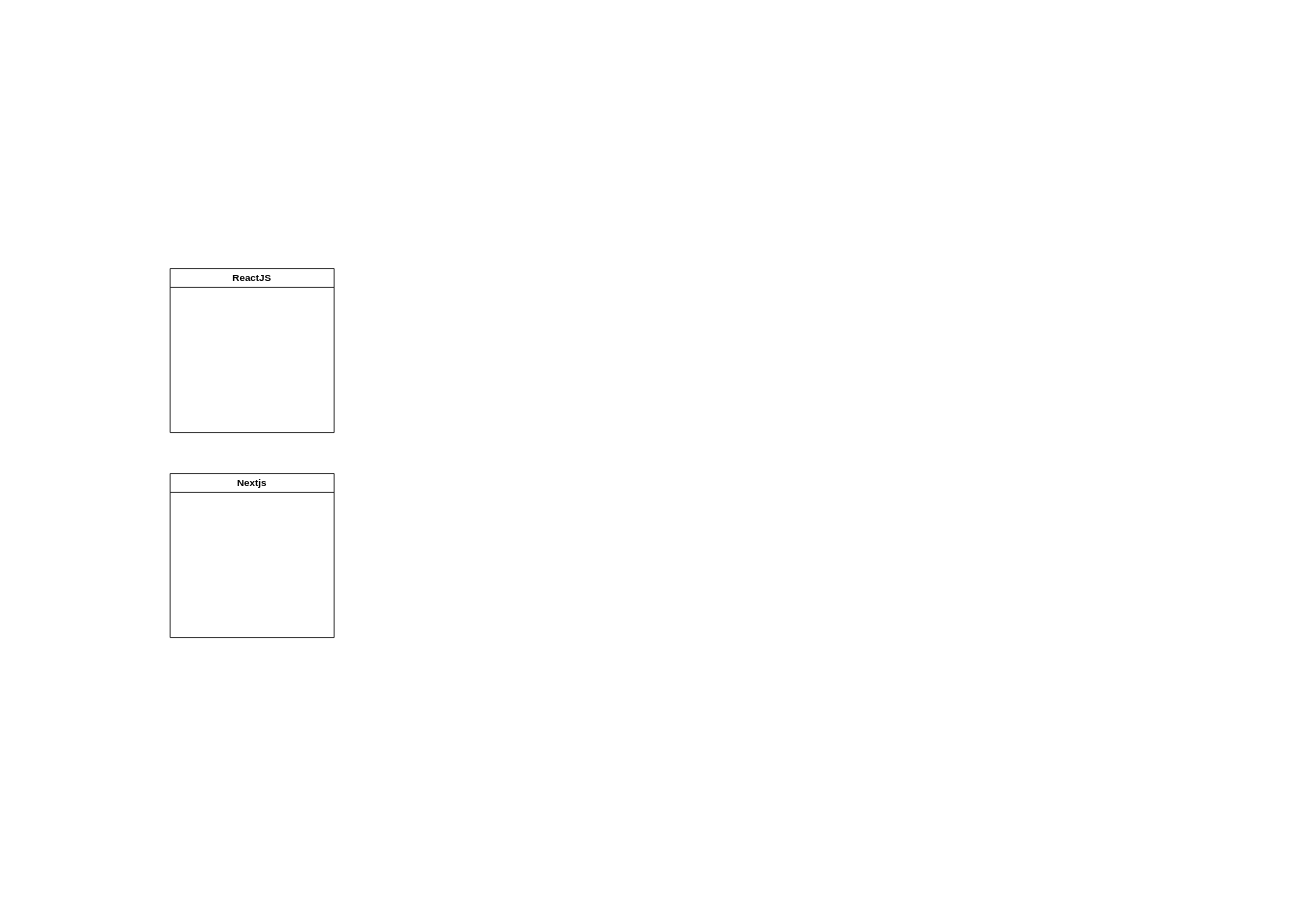
pooooriya/next-quera keeps this draw.io diagram as nextjs.drawio. Above is the earlier version. Source tidied: cells renumbered, new cells numbered last; positions are measured from the earlier drawing's top-left corner, leaving out a move shared by most shapes. Both pictures are drawn from the tidied source at 82%, with x=0, y=0 at pixel (170, 268).
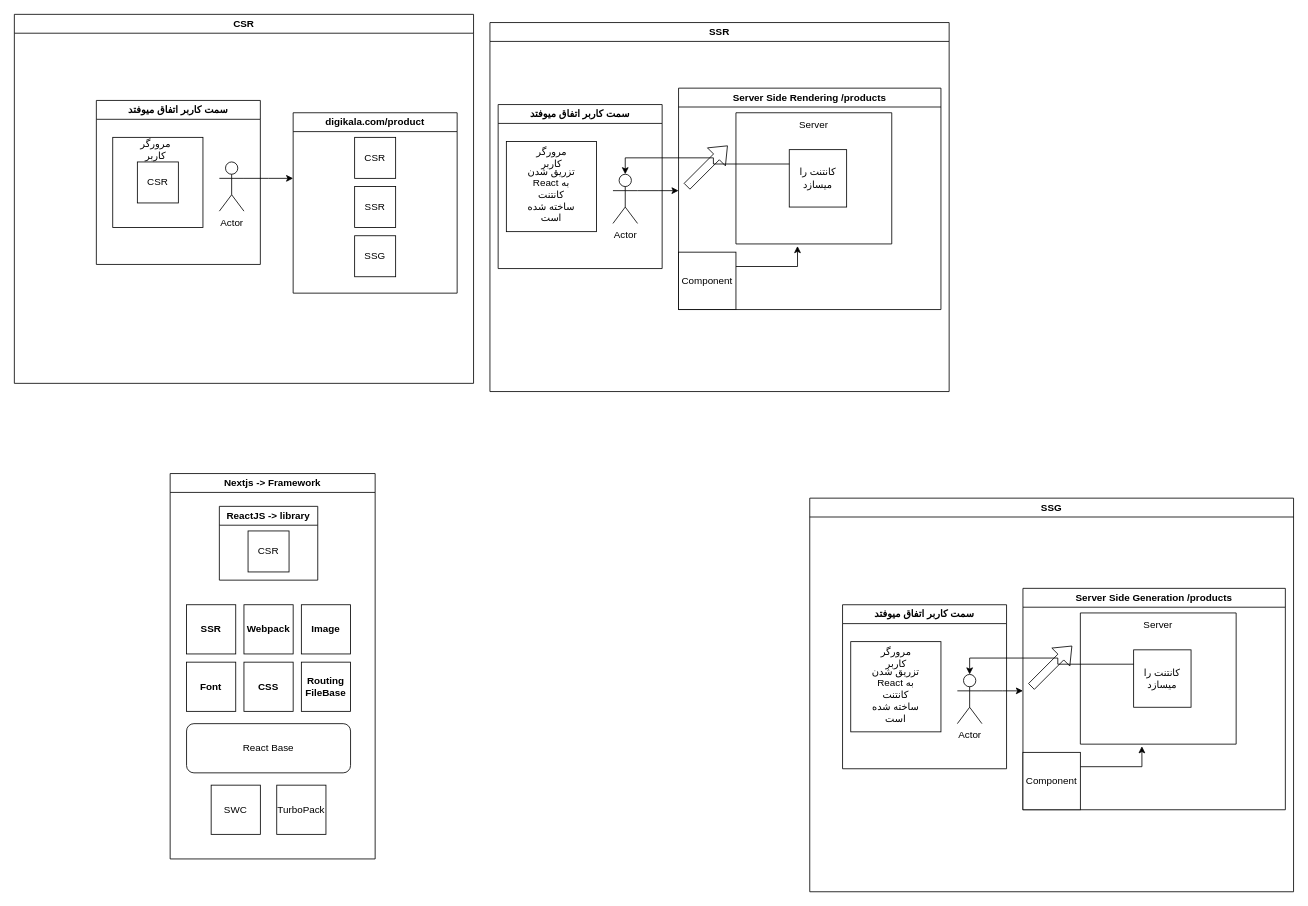
The same page after the edit.

Change to the diagram source:
```diff
@@
+    <mxCell id="3" value="Nextjs -&amp;gt; Framework" style="swimlane;whiteSpace=wrap;html=1;" parent="1" vertex="1">
+      <mxGeometry y="250" width="250" height="470" as="geometry" />
+    </mxCell>
-    <mxCell id="2" value="ReactJS" style="swimlane;whiteSpace=wrap;html=1;" parent="1" vertex="1">
-      <mxGeometry width="200" height="200" as="geometry" />
+    <mxCell id="2" value="ReactJS -&amp;gt; library" style="swimlane;whiteSpace=wrap;html=1;" parent="3" vertex="1">
+      <mxGeometry x="60" y="40" width="120" height="90" as="geometry" />
     </mxCell>
-    <mxCell id="3" value="Nextjs" style="swimlane;whiteSpace=wrap;html=1;" parent="1" vertex="1">
-      <mxGeometry y="250" width="200" height="200" as="geometry" />
-    </mxCell>
+    <mxCell id="4" value="CSR" style="whiteSpace=wrap;html=1;" parent="2" vertex="1">
+      <mxGeometry x="35" y="30" width="50" height="50" as="geometry" />
+    </mxCell>
+    <mxCell id="5" value="SSR" style="whiteSpace=wrap;html=1;fontStyle=1;" parent="3" vertex="1">
+      <mxGeometry x="20" y="160" width="60" height="60" as="geometry" />
+    </mxCell>
+    <mxCell id="6" value="Webpack" style="whiteSpace=wrap;html=1;fontStyle=1;" parent="3" vertex="1">
+      <mxGeometry x="90" y="160" width="60" height="60" as="geometry" />
+    </mxCell>
+    <mxCell id="7" value="Image" style="whiteSpace=wrap;html=1;fontStyle=1;" parent="3" vertex="1">
+      <mxGeometry x="160" y="160" width="60" height="60" as="geometry" />
+    </mxCell>
+    <mxCell id="8" value="Font" style="whiteSpace=wrap;html=1;fontStyle=1;" parent="3" vertex="1">
+      <mxGeometry x="20" y="230" width="60" height="60" as="geometry" />
+    </mxCell>
+    <mxCell id="9" value="CSS" style="whiteSpace=wrap;html=1;fontStyle=1;" parent="3" vertex="1">
+      <mxGeometry x="90" y="230" width="60" height="60" as="geometry" />
+    </mxCell>
+    <mxCell id="10" value="Routing&lt;br&gt;FileBase" style="whiteSpace=wrap;html=1;fontStyle=1;" parent="3" vertex="1">
+      <mxGeometry x="160" y="230" width="60" height="60" as="geometry" />
+    </mxCell>
+    <mxCell id="11" value="React Base" style="rounded=1;whiteSpace=wrap;html=1;" parent="3" vertex="1">
+      <mxGeometry x="20" y="305" width="200" height="60" as="geometry" />
+    </mxCell>
+    <mxCell id="12" value="SWC" style="whiteSpace=wrap;html=1;" parent="3" vertex="1">
+      <mxGeometry x="50" y="380" width="60" height="60" as="geometry" />
+    </mxCell>
+    <mxCell id="13" value="TurboPack" style="whiteSpace=wrap;html=1;" parent="3" vertex="1">
+      <mxGeometry x="130" y="380" width="60" height="60" as="geometry" />
+    </mxCell>
+    <mxCell id="14" style="edgeStyle=orthogonalEdgeStyle;rounded=0;jettySize=auto;html=1;exitX=1;exitY=0.3333333333333333;exitDx=0;exitDy=0;exitPerimeter=0;" parent="1" edge="1" source="15">
+      <mxGeometry relative="1" as="geometry">
+        <mxPoint x="150" y="-110" as="targetPoint" />
+      </mxGeometry>
+    </mxCell>
+    <mxCell id="15" value="Actor" style="shape=umlActor;verticalLabelPosition=bottom;verticalAlign=top;html=1;outlineConnect=0;" parent="1" vertex="1">
+      <mxGeometry x="60" y="-130" width="30" height="60" as="geometry" />
+    </mxCell>
+    <mxCell id="16" value="digikala.com/product" style="swimlane;whiteSpace=wrap;html=1;" parent="1" vertex="1">
+      <mxGeometry x="150" y="-190" width="200" height="220" as="geometry" />
+    </mxCell>
+    <mxCell id="17" value="SSR" style="whiteSpace=wrap;html=1;" parent="16" vertex="1">
+      <mxGeometry x="75" y="90" width="50" height="50" as="geometry" />
+    </mxCell>
+    <mxCell id="18" value="SSG" style="whiteSpace=wrap;html=1;" parent="16" vertex="1">
+      <mxGeometry x="75" y="150" width="50" height="50" as="geometry" />
+    </mxCell>
+    <mxCell id="19" value="CSR" style="whiteSpace=wrap;html=1;" parent="16" vertex="1">
+      <mxGeometry x="75" y="30" width="50" height="50" as="geometry" />
+    </mxCell>
+    <mxCell id="20" style="whiteSpace=wrap;html=1;" parent="1" vertex="1">
+      <mxGeometry x="-70" y="-160" width="110" height="110" as="geometry" />
+    </mxCell>
+    <mxCell id="21" value="CSR" style="whiteSpace=wrap;html=1;" parent="1" vertex="1">
+      <mxGeometry x="-40" y="-130" width="50" height="50" as="geometry" />
+    </mxCell>
+    <mxCell id="22" value="مرورگر کاربر" style="text;html=1;strokeColor=none;fillColor=none;align=center;verticalAlign=middle;whiteSpace=wrap;rounded=0;" parent="1" vertex="1">
+      <mxGeometry x="-50" y="-160" width="65" height="30" as="geometry" />
+    </mxCell>
+    <mxCell id="23" value="سمت کاربر اتفاق میوفتد" style="swimlane;whiteSpace=wrap;html=1;" parent="1" vertex="1">
+      <mxGeometry x="-90" y="-205" width="200" height="200" as="geometry" />
+    </mxCell>
+    <mxCell id="24" value="Server Side Rendering /products" style="swimlane;whiteSpace=wrap;html=1;" parent="1" vertex="1">
+      <mxGeometry x="620" y="-220" width="320" height="270" as="geometry" />
+    </mxCell>
+    <mxCell id="25" style="shape=flexArrow;endArrow=classic;html=1;rounded=0;" parent="24" edge="1">
+      <mxGeometry relative="1" as="geometry">
+        <mxPoint x="10" y="120" as="sourcePoint" />
+        <mxPoint x="60" y="70" as="targetPoint" />
+      </mxGeometry>
+    </mxCell>
+    <mxCell id="26" style="swimlane;startSize=0;" parent="24" vertex="1">
+      <mxGeometry x="70" y="30" width="190" height="160" as="geometry" />
+    </mxCell>
+    <mxCell id="27" value="کانتنت را میسازد" style="whiteSpace=wrap;html=1;" parent="26" vertex="1">
+      <mxGeometry x="65" y="45" width="70" height="70" as="geometry" />
+    </mxCell>
+    <mxCell id="28" value="Server" style="text;html=1;strokeColor=none;fillColor=none;align=center;verticalAlign=middle;whiteSpace=wrap;rounded=0;" parent="26" vertex="1">
+      <mxGeometry x="65" width="60" height="30" as="geometry" />
+    </mxCell>
+    <mxCell id="29" style="edgeStyle=orthogonalEdgeStyle;rounded=0;jettySize=auto;html=1;exitX=1;exitY=0.25;exitDx=0;exitDy=0;entryX=0.395;entryY=1.016;entryDx=0;entryDy=0;entryPerimeter=0;" parent="24" edge="1" source="30" target="26">
+      <mxGeometry relative="1" as="geometry" />
+    </mxCell>
+    <mxCell id="30" value="Component" style="whiteSpace=wrap;html=1;" parent="24" vertex="1">
+      <mxGeometry y="200" width="70" height="70" as="geometry" />
+    </mxCell>
+    <mxCell id="31" style="edgeStyle=orthogonalEdgeStyle;rounded=0;jettySize=auto;html=1;exitX=1;exitY=0.3333333333333333;exitDx=0;exitDy=0;exitPerimeter=0;" parent="1" edge="1" source="32">
+      <mxGeometry relative="1" as="geometry">
+        <mxPoint x="620" y="-95" as="targetPoint" />
+      </mxGeometry>
+    </mxCell>
+    <mxCell id="32" value="Actor" style="shape=umlActor;verticalLabelPosition=bottom;verticalAlign=top;html=1;outlineConnect=0;" parent="1" vertex="1">
+      <mxGeometry x="540" y="-115" width="30" height="60" as="geometry" />
+    </mxCell>
+    <mxCell id="33" style="edgeStyle=orthogonalEdgeStyle;rounded=0;jettySize=auto;html=1;exitX=0;exitY=0.25;exitDx=0;exitDy=0;entryX=0.5;entryY=0;entryDx=0;entryDy=0;entryPerimeter=0;" parent="1" edge="1" source="27" target="32">
+      <mxGeometry relative="1" as="geometry" />
+    </mxCell>
+    <mxCell id="34" value="سمت کاربر اتفاق میوفتد" style="swimlane;whiteSpace=wrap;html=1;" parent="1" vertex="1">
+      <mxGeometry x="400" y="-200" width="200" height="200" as="geometry" />
+    </mxCell>
+    <mxCell id="35" style="whiteSpace=wrap;html=1;" parent="34" vertex="1">
+      <mxGeometry x="10" y="45" width="110" height="110" as="geometry" />
+    </mxCell>
+    <mxCell id="36" value="مرورگر کاربر" style="text;html=1;strokeColor=none;fillColor=none;align=center;verticalAlign=middle;whiteSpace=wrap;rounded=0;" parent="34" vertex="1">
+      <mxGeometry x="32.5" y="50" width="65" height="30" as="geometry" />
+    </mxCell>
+    <mxCell id="37" value="تزریق شدن React به کانتنت ساخته شده است" style="text;html=1;strokeColor=none;fillColor=none;align=center;verticalAlign=middle;whiteSpace=wrap;rounded=0;" parent="34" vertex="1">
+      <mxGeometry x="35" y="95" width="60" height="30" as="geometry" />
+    </mxCell>
+    <mxCell id="38" value="SSR" style="swimlane;whiteSpace=wrap;html=1;" parent="1" vertex="1">
+      <mxGeometry x="390" y="-300" width="560" height="450" as="geometry" />
+    </mxCell>
+    <mxCell id="39" value="CSR" style="swimlane;whiteSpace=wrap;html=1;startSize=23;" parent="1" vertex="1">
+      <mxGeometry x="-190" y="-310" width="560" height="450" as="geometry" />
+    </mxCell>
+    <mxCell id="40" value="Server Side Generation /products" style="swimlane;whiteSpace=wrap;html=1;" parent="1" vertex="1">
+      <mxGeometry x="1040" y="390" width="320" height="270" as="geometry" />
+    </mxCell>
+    <mxCell id="41" style="shape=flexArrow;endArrow=classic;html=1;rounded=0;" parent="40" edge="1">
+      <mxGeometry relative="1" as="geometry">
+        <mxPoint x="10" y="120" as="sourcePoint" />
+        <mxPoint x="60" y="70" as="targetPoint" />
+      </mxGeometry>
+    </mxCell>
+    <mxCell id="42" style="swimlane;startSize=0;" parent="40" vertex="1">
+      <mxGeometry x="70" y="30" width="190" height="160" as="geometry" />
+    </mxCell>
+    <mxCell id="43" value="کانتنت را میسازد" style="whiteSpace=wrap;html=1;" parent="42" vertex="1">
+      <mxGeometry x="65" y="45" width="70" height="70" as="geometry" />
+    </mxCell>
+    <mxCell id="44" value="Server" style="text;html=1;strokeColor=none;fillColor=none;align=center;verticalAlign=middle;whiteSpace=wrap;rounded=0;" parent="42" vertex="1">
+      <mxGeometry x="65" width="60" height="30" as="geometry" />
+    </mxCell>
+    <mxCell id="45" style="edgeStyle=orthogonalEdgeStyle;rounded=0;jettySize=auto;html=1;exitX=1;exitY=0.25;exitDx=0;exitDy=0;entryX=0.395;entryY=1.016;entryDx=0;entryDy=0;entryPerimeter=0;" parent="40" edge="1" source="46" target="42">
+      <mxGeometry relative="1" as="geometry" />
+    </mxCell>
+    <mxCell id="46" value="Component" style="whiteSpace=wrap;html=1;" parent="40" vertex="1">
+      <mxGeometry y="200" width="70" height="70" as="geometry" />
+    </mxCell>
+    <mxCell id="47" style="edgeStyle=orthogonalEdgeStyle;rounded=0;jettySize=auto;html=1;exitX=1;exitY=0.3333333333333333;exitDx=0;exitDy=0;exitPerimeter=0;" parent="1" edge="1" source="48">
+      <mxGeometry relative="1" as="geometry">
+        <mxPoint x="1040" y="515" as="targetPoint" />
+      </mxGeometry>
+    </mxCell>
+    <mxCell id="48" value="Actor" style="shape=umlActor;verticalLabelPosition=bottom;verticalAlign=top;html=1;outlineConnect=0;" parent="1" vertex="1">
+      <mxGeometry x="960" y="495" width="30" height="60" as="geometry" />
+    </mxCell>
+    <mxCell id="49" style="edgeStyle=orthogonalEdgeStyle;rounded=0;jettySize=auto;html=1;exitX=0;exitY=0.25;exitDx=0;exitDy=0;entryX=0.5;entryY=0;entryDx=0;entryDy=0;entryPerimeter=0;" parent="1" edge="1" source="43" target="48">
+      <mxGeometry relative="1" as="geometry" />
+    </mxCell>
+    <mxCell id="50" value="سمت کاربر اتفاق میوفتد" style="swimlane;whiteSpace=wrap;html=1;" parent="1" vertex="1">
+      <mxGeometry x="820" y="410" width="200" height="200" as="geometry" />
+    </mxCell>
+    <mxCell id="51" style="whiteSpace=wrap;html=1;" parent="50" vertex="1">
+      <mxGeometry x="10" y="45" width="110" height="110" as="geometry" />
+    </mxCell>
+    <mxCell id="52" value="مرورگر کاربر" style="text;html=1;strokeColor=none;fillColor=none;align=center;verticalAlign=middle;whiteSpace=wrap;rounded=0;" parent="50" vertex="1">
+      <mxGeometry x="32.5" y="50" width="65" height="30" as="geometry" />
+    </mxCell>
+    <mxCell id="53" value="تزریق شدن React به کانتنت ساخته شده است" style="text;html=1;strokeColor=none;fillColor=none;align=center;verticalAlign=middle;whiteSpace=wrap;rounded=0;" parent="50" vertex="1">
+      <mxGeometry x="35" y="95" width="60" height="30" as="geometry" />
+    </mxCell>
+    <mxCell id="54" value="SSG" style="swimlane;whiteSpace=wrap;html=1;" parent="1" vertex="1">
+      <mxGeometry x="780" y="280" width="590" height="480" as="geometry" />
+    </mxCell>
```
